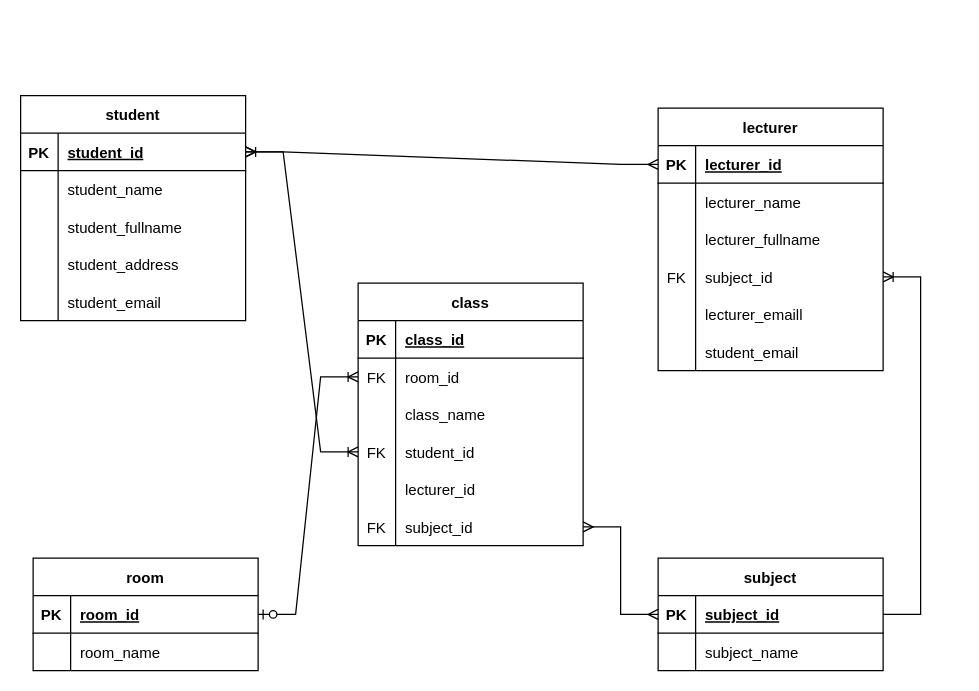
Before: Biểu đồ không có tiêu đề.drawio in Meoleodeo/erd-sth, a draw.io diagram. Source tidied: cells renumbered, new cells numbered last; positions are measured from the earlier drawing's top-left corner, leaving out a move shared by most shapes. Both pictures are drawn from the tidied source at 125%, with x=0, y=0 at pixel (20, 95).
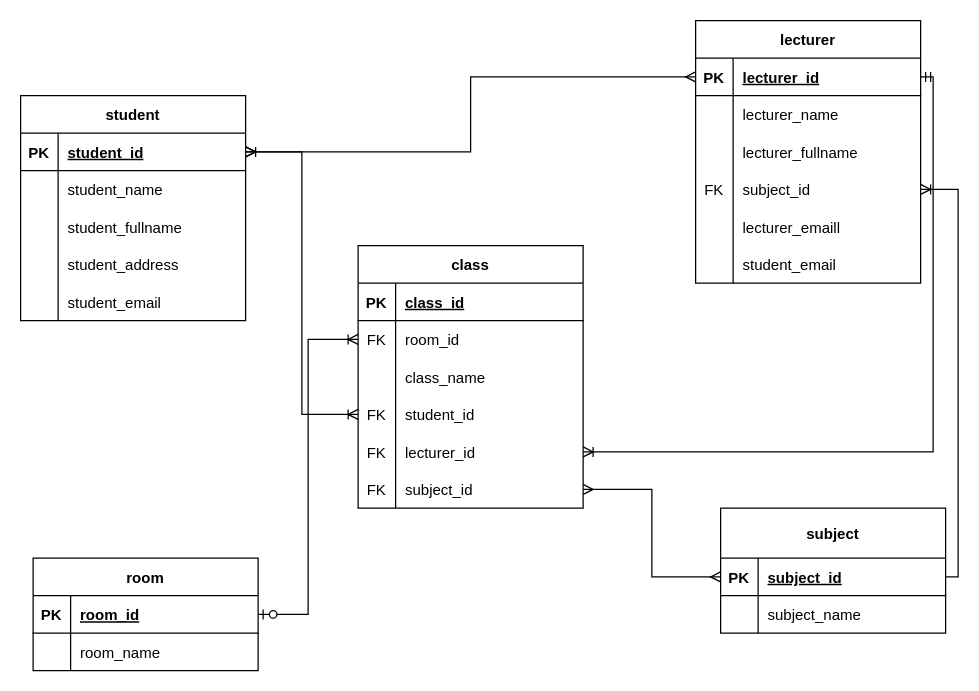
The same diagram, later.

Commit message (it also covers changes not shown here):
Cập nhật Biểu đồ không có tiêu đề.drawio

Unchanged cells that the change refers to:
```xml
<mxCell id="3" style="shape=tableRow;horizontal=0;startSize=0;swimlaneHead=0;swimlaneBody=0;fillColor=none;points=[[0,0.5],[1,0.5]];portConstraint=eastwest;top=0;left=0;right=0;bottom=1;" parent="2" vertex="1">
  <mxGeometry y="30" width="180" height="30" as="geometry" />
</mxCell>
<mxCell id="19" style="shape=tableRow;horizontal=0;startSize=0;swimlaneHead=0;swimlaneBody=0;fillColor=none;points=[[0,0.5],[1,0.5]];portConstraint=eastwest;top=0;left=0;right=0;bottom=1;" parent="18" vertex="1">
  <mxGeometry y="30" width="180" height="30" as="geometry" />
</mxCell>
<mxCell id="28" style="shape=tableRow;horizontal=0;startSize=0;swimlaneHead=0;swimlaneBody=0;fillColor=none;points=[[0,0.5],[1,0.5]];portConstraint=eastwest;top=0;left=0;right=0;bottom=0;" parent="18" vertex="1">
  <mxGeometry y="120" width="180" height="30" as="geometry" />
</mxCell>
<mxCell id="45" style="shape=tableRow;horizontal=0;startSize=0;swimlaneHead=0;swimlaneBody=0;fillColor=none;points=[[0,0.5],[1,0.5]];portConstraint=eastwest;top=0;left=0;right=0;bottom=1;" parent="44" vertex="1">
  <mxGeometry y="30" width="180" height="30" as="geometry" />
</mxCell>
<mxCell id="58" style="shape=tableRow;horizontal=0;startSize=0;swimlaneHead=0;swimlaneBody=0;fillColor=none;points=[[0,0.5],[1,0.5]];portConstraint=eastwest;top=0;left=0;right=0;bottom=0;" parent="54" vertex="1">
  <mxGeometry y="60" width="180" height="30" as="geometry" />
</mxCell>
<mxCell id="64" style="shape=tableRow;horizontal=0;startSize=0;swimlaneHead=0;swimlaneBody=0;fillColor=none;points=[[0,0.5],[1,0.5]];portConstraint=eastwest;top=0;left=0;right=0;bottom=0;" parent="54" vertex="1">
  <mxGeometry y="120" width="180" height="30" as="geometry" />
</mxCell>
<mxCell id="67" style="shape=tableRow;horizontal=0;startSize=0;swimlaneHead=0;swimlaneBody=0;fillColor=none;points=[[0,0.5],[1,0.5]];portConstraint=eastwest;top=0;left=0;right=0;bottom=0;" parent="54" vertex="1">
  <mxGeometry y="150" width="180" height="30" as="geometry" />
</mxCell>
<mxCell id="70" style="shape=tableRow;horizontal=0;startSize=0;swimlaneHead=0;swimlaneBody=0;fillColor=none;points=[[0,0.5],[1,0.5]];portConstraint=eastwest;top=0;left=0;right=0;bottom=0;" parent="54" vertex="1">
  <mxGeometry y="180" width="180" height="30" as="geometry" />
</mxCell>
```

The edit, as a diff of the source:
```diff
@@
     <mxCell id="18" value="lecturer" style="shape=table;startSize=30;childLayout=tableLayout;rowLines=0;fontStyle=1;align=center;" parent="1" vertex="1">
-      <mxGeometry x="510" y="10" width="180" height="210" as="geometry" />
+      <mxGeometry x="540" y="-60" width="180" height="210" as="geometry" />
     </mxCell>
@@
-    <mxCell id="37" value="subject" style="shape=table;startSize=30;childLayout=tableLayout;rowLines=0;fontStyle=1;align=center;" parent="1" vertex="1">
-      <mxGeometry x="510" y="370" width="180" height="90" as="geometry" />
+    <mxCell id="37" value="subject" style="shape=table;startSize=40;childLayout=tableLayout;rowLines=0;fontStyle=1;align=center;" parent="1" vertex="1">
+      <mxGeometry x="560" y="330" width="180" height="100" as="geometry" />
     </mxCell>
     <mxCell id="38" style="shape=tableRow;horizontal=0;startSize=0;swimlaneHead=0;swimlaneBody=0;fillColor=none;points=[[0,0.5],[1,0.5]];portConstraint=eastwest;top=0;left=0;right=0;bottom=1;" parent="37" vertex="1">
-      <mxGeometry y="30" width="180" height="30" as="geometry" />
+      <mxGeometry y="40" width="180" height="30" as="geometry" />
     </mxCell>
@@
     <mxCell id="41" style="shape=tableRow;horizontal=0;startSize=0;swimlaneHead=0;swimlaneBody=0;fillColor=none;top=0;left=0;right=0;bottom=0;" parent="37" vertex="1">
-      <mxGeometry y="60" width="180" height="30" as="geometry" />
+      <mxGeometry y="70" width="180" height="30" as="geometry" />
     </mxCell>
@@
-    <mxCell id="51" style="edgeStyle=entityRelationEdgeStyle;fontSize=12;html=1;endArrow=ERmany;startArrow=ERmany;rounded=0;entryX=0;entryY=0.5;entryDx=0;entryDy=0;exitX=1;exitY=0.5;exitDx=0;exitDy=0;" parent="1" edge="1" source="70" target="38">
+    <mxCell id="51" style="edgeStyle=orthogonalEdgeStyle;fontSize=12;html=1;endArrow=ERmany;startArrow=ERmany;rounded=0;entryX=0;entryY=0.5;entryDx=0;entryDy=0;exitX=1;exitY=0.5;exitDx=0;exitDy=0;" parent="1" edge="1" source="70" target="38">
       <mxGeometry relative="1" as="geometry" />
     </mxCell>
-    <mxCell id="52" style="edgeStyle=entityRelationEdgeStyle;fontSize=12;html=1;endArrow=ERmany;startArrow=ERmany;rounded=0;exitX=1;exitY=0.5;exitDx=0;exitDy=0;entryX=0;entryY=0.5;entryDx=0;entryDy=0;" parent="1" edge="1" source="3" target="19">
+    <mxCell id="52" style="edgeStyle=orthogonalEdgeStyle;fontSize=12;html=1;endArrow=ERmany;startArrow=ERmany;rounded=0;exitX=1;exitY=0.5;exitDx=0;exitDy=0;entryX=0;entryY=0.5;entryDx=0;entryDy=0;" parent="1" edge="1" source="3" target="19">
       <mxGeometry relative="1" as="geometry" />
     </mxCell>
-    <mxCell id="53" style="edgeStyle=entityRelationEdgeStyle;fontSize=12;html=1;endArrow=ERoneToMany;startArrow=ERoneToMany;rounded=0;exitX=0;exitY=0.5;exitDx=0;exitDy=0;" parent="1" edge="1" source="64" target="3">
+    <mxCell id="53" style="edgeStyle=orthogonalEdgeStyle;fontSize=12;html=1;endArrow=ERoneToMany;startArrow=ERoneToMany;rounded=0;exitX=0;exitY=0.5;exitDx=0;exitDy=0;" parent="1" edge="1" source="64" target="3">
       <mxGeometry relative="1" as="geometry" />
     </mxCell>
     <mxCell id="54" value="class" style="shape=table;startSize=30;childLayout=tableLayout;rowLines=0;fontStyle=1;align=center;" parent="1" vertex="1">
-      <mxGeometry x="270" y="150" width="180" height="210" as="geometry" />
+      <mxGeometry x="270" y="120" width="180" height="210" as="geometry" />
     </mxCell>
@@
-    <mxCell id="68" style="shape=partialRectangle;fillColor=none;top=0;left=0;bottom=0;right=0;overflow=hidden;" parent="67" vertex="1">
+    <mxCell id="68" value="FK" style="shape=partialRectangle;fillColor=none;top=0;left=0;bottom=0;right=0;overflow=hidden;" parent="67" vertex="1">
       <mxGeometry width="30" height="30" as="geometry" />
     </mxCell>
@@
-    <mxCell id="74" style="edgeStyle=entityRelationEdgeStyle;fontSize=12;html=1;endArrow=ERoneToMany;startArrow=ERzeroToOne;rounded=0;exitX=1;exitY=0.5;exitDx=0;exitDy=0;entryX=0;entryY=0.5;entryDx=0;entryDy=0;" parent="1" edge="1" source="45" target="58">
+    <mxCell id="74" style="edgeStyle=orthogonalEdgeStyle;fontSize=12;html=1;endArrow=ERoneToMany;startArrow=ERzeroToOne;rounded=0;exitX=1;exitY=0.5;exitDx=0;exitDy=0;entryX=0;entryY=0.5;entryDx=0;entryDy=0;" parent="1" edge="1" source="45" target="58">
       <mxGeometry relative="1" as="geometry" />
     </mxCell>
-    <mxCell id="75" style="edgeStyle=entityRelationEdgeStyle;fontSize=12;html=1;endArrow=ERoneToMany;rounded=0;exitX=1;exitY=0.5;exitDx=0;exitDy=0;" parent="1" edge="1" source="38" target="28">
+    <mxCell id="75" style="edgeStyle=orthogonalEdgeStyle;fontSize=12;html=1;endArrow=ERoneToMany;exitX=1;exitY=0.5;exitDx=0;exitDy=0;rounded=0;" parent="1" edge="1" source="38" target="28">
       <mxGeometry relative="1" as="geometry" />
     </mxCell>
+    <mxCell id="76" style="edgeStyle=orthogonalEdgeStyle;fontSize=12;html=1;endArrow=ERoneToMany;startArrow=ERmandOne;rounded=0;exitX=1;exitY=0.5;exitDx=0;exitDy=0;entryX=1;entryY=0.5;entryDx=0;entryDy=0;" parent="1" edge="1" source="19" target="67">
+      <mxGeometry relative="1" as="geometry" />
+    </mxCell>
```
